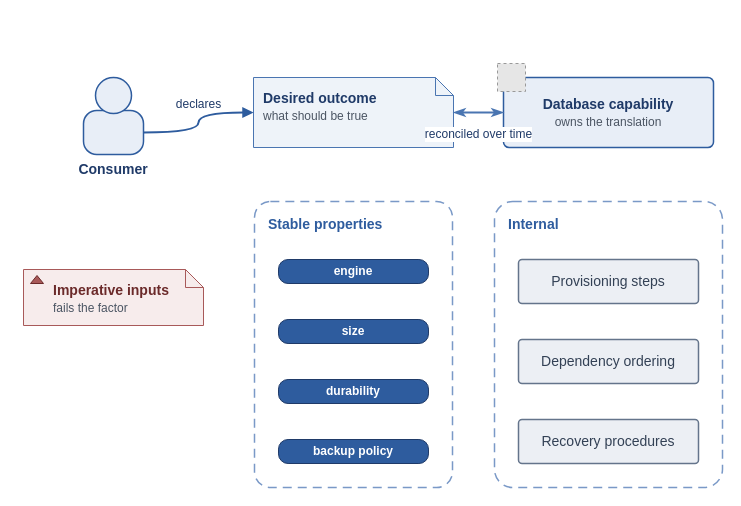
Above: diagrams/factor-2-declarative-inputs.drawio in missBerg/platform-capabilities (draw.io), before the change. Source tidied: cells renumbered, new cells numbered last; positions are measured from the earlier drawing's top-left corner, leaving out a move shared by most shapes. Both pictures are drawn from the tidied source at 100%, with x=0, y=0 at pixel (23, 63). Pictures stored in the file or linked from it are replaced by grey dashed boxes.
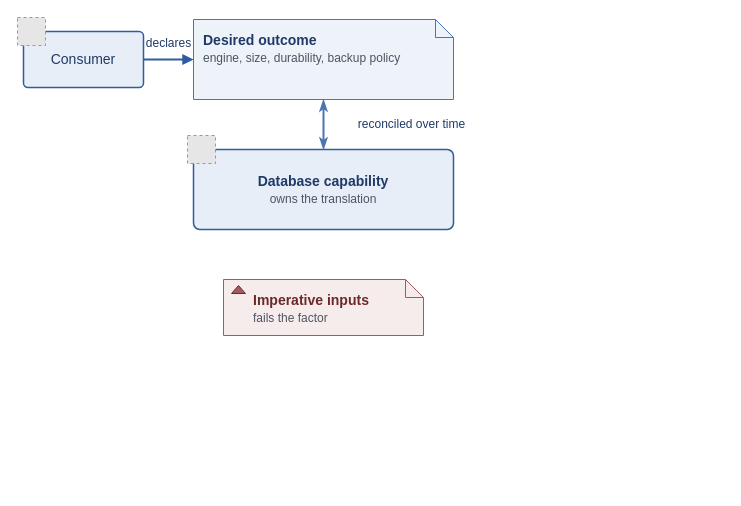
Above is the later version.

The edit, as a diff of the source:
```diff
@@
-    <mxCell id="2" value="&lt;b&gt;Stable properties&lt;/b&gt;" style="rounded=1;whiteSpace=wrap;html=1;arcSize=8;fillColor=none;strokeColor=#7A99C7;strokeWidth=1.5;fontColor=#2E5C9E;fontFamily=Helvetica;fontSize=14;align=left;verticalAlign=top;dashed=1;dashPattern=6 4;spacingLeft=12;spacingTop=8;shadow=0;" parent="1" vertex="1">
-      <mxGeometry x="231" y="138" width="198" height="286" as="geometry" />
-    </mxCell>
-    <mxCell id="3" value="&lt;b&gt;Internal&lt;/b&gt;" style="rounded=1;whiteSpace=wrap;html=1;arcSize=8;fillColor=none;strokeColor=#7A99C7;strokeWidth=1.5;fontColor=#2E5C9E;fontFamily=Helvetica;fontSize=14;align=left;verticalAlign=top;dashed=1;dashPattern=6 4;spacingLeft=12;spacingTop=8;shadow=0;" parent="1" vertex="1">
-      <mxGeometry x="471" y="138" width="228" height="286" as="geometry" />
-    </mxCell>
-    <mxCell id="4" value="&lt;b&gt;Consumer&lt;/b&gt;" style="rounded=1;whiteSpace=wrap;html=1;arcSize=30;fillColor=#E8EEF7;strokeColor=#2E5C9E;strokeWidth=1.5;fontColor=#1F3A68;fontFamily=Helvetica;fontSize=14;verticalLabelPosition=bottom;verticalAlign=top;labelPosition=center;align=center;shadow=0;" parent="1" vertex="1">
-      <mxGeometry x="60" y="47" width="60" height="44" as="geometry" />
+    <mxCell id="4" value="Consumer" style="rounded=1;whiteSpace=wrap;html=1;arcSize=8;fillColor=#E8EEF7;strokeColor=#2E5C9E;strokeWidth=1.5;fontColor=#1F3A68;fontFamily=Helvetica;fontSize=14;align=center;verticalAlign=middle;shadow=0;" parent="1" vertex="1">
+      <mxGeometry y="-32" width="120" height="56" as="geometry" />
     </mxCell>
-    <mxCell id="5" style="ellipse;whiteSpace=wrap;html=1;fillColor=#E8EEF7;strokeColor=#2E5C9E;strokeWidth=1.5;shadow=0;" parent="1" vertex="1">
-      <mxGeometry x="72" y="14" width="36" height="36" as="geometry" />
-    </mxCell>
-    <mxCell id="6" value="&lt;b&gt;Imperative inputs&lt;/b&gt;&lt;br&gt;&lt;font style=&quot;font-size: 12px&quot; color=&quot;#4B5563&quot;&gt;fails the factor&lt;/font&gt;" style="shape=note;whiteSpace=wrap;html=1;backgroundOutline=1;fillColor=#F7ECEC;strokeColor=#A85959;strokeWidth=1;fontColor=#6B2A2A;fontFamily=Helvetica;fontSize=14;align=left;verticalAlign=top;spacingLeft=28;spacingTop=6;spacingRight=8;shadow=0;size=18;" parent="1" vertex="1">
-      <mxGeometry y="206" width="180" height="56" as="geometry" />
-    </mxCell>
-    <mxCell id="7" style="shape=triangle;direction=north;fillColor=#A85959;strokeColor=#6B2A2A;html=1;shadow=0;" parent="1" vertex="1">
-      <mxGeometry x="7" y="212" width="13" height="8" as="geometry" />
-    </mxCell>
+    <mxCell id="20" style="fillColor=#E6E6E6;strokeColor=#999999;dashed=1;verticalLabelPosition=bottom;verticalAlign=top;align=center;fontFamily=Helvetica;fontSize=14;fontColor=#1F3A68;" parent="1" vertex="1">
+      <mxGeometry x="-6" y="-46" width="28" height="28" as="geometry" />
+    </mxCell>
-    <mxCell id="8" value="&lt;b&gt;Desired outcome&lt;/b&gt;&lt;br&gt;&lt;font style=&quot;font-size: 12px&quot; color=&quot;#4B5563&quot;&gt;what should be true&lt;/font&gt;" style="shape=note;whiteSpace=wrap;html=1;backgroundOutline=1;fillColor=#EEF3F9;strokeColor=#4A75B1;strokeWidth=1;fontColor=#1F3A68;fontFamily=Helvetica;fontSize=14;align=left;verticalAlign=top;spacingLeft=8;spacingTop=6;spacingRight=8;shadow=0;size=18;" parent="1" vertex="1">
-      <mxGeometry x="230" y="14" width="200" height="70" as="geometry" />
+    <mxCell id="8" value="&lt;b&gt;Desired outcome&lt;/b&gt;&lt;br&gt;&lt;font style=&quot;font-size: 12px&quot; color=&quot;#4B5563&quot;&gt;engine, size, durability, backup policy&lt;/font&gt;" style="shape=note;whiteSpace=wrap;html=1;backgroundOutline=1;fillColor=#EEF3F9;strokeColor=#4A75B1;strokeWidth=1;fontColor=#1F3A68;fontFamily=Helvetica;fontSize=14;align=left;verticalAlign=top;spacingLeft=8;spacingTop=6;spacingRight=8;shadow=0;size=18;" parent="1" vertex="1">
+      <mxGeometry x="170" y="-44" width="260" height="80" as="geometry" />
     </mxCell>
-    <mxCell id="9" value="engine" style="rounded=1;whiteSpace=wrap;html=1;arcSize=40;fillColor=#2E5C9E;strokeColor=#1F3A68;strokeWidth=1;fontColor=#FFFFFF;fontFamily=Helvetica;fontSize=12;fontStyle=1;align=center;verticalAlign=middle;shadow=0;" parent="1" vertex="1">
-      <mxGeometry x="255" y="196" width="150" height="24" as="geometry" />
-    </mxCell>
-    <mxCell id="10" value="size" style="rounded=1;whiteSpace=wrap;html=1;arcSize=40;fillColor=#2E5C9E;strokeColor=#1F3A68;strokeWidth=1;fontColor=#FFFFFF;fontFamily=Helvetica;fontSize=12;fontStyle=1;align=center;verticalAlign=middle;shadow=0;" parent="1" vertex="1">
-      <mxGeometry x="255" y="256" width="150" height="24" as="geometry" />
-    </mxCell>
-    <mxCell id="11" value="durability" style="rounded=1;whiteSpace=wrap;html=1;arcSize=40;fillColor=#2E5C9E;strokeColor=#1F3A68;strokeWidth=1;fontColor=#FFFFFF;fontFamily=Helvetica;fontSize=12;fontStyle=1;align=center;verticalAlign=middle;shadow=0;" parent="1" vertex="1">
-      <mxGeometry x="255" y="316" width="150" height="24" as="geometry" />
-    </mxCell>
-    <mxCell id="12" value="backup policy" style="rounded=1;whiteSpace=wrap;html=1;arcSize=40;fillColor=#2E5C9E;strokeColor=#1F3A68;strokeWidth=1;fontColor=#FFFFFF;fontFamily=Helvetica;fontSize=12;fontStyle=1;align=center;verticalAlign=middle;shadow=0;" parent="1" vertex="1">
-      <mxGeometry x="255" y="376" width="150" height="24" as="geometry" />
-    </mxCell>
     <mxCell id="13" value="&lt;b&gt;Database capability&lt;/b&gt;&lt;br&gt;&lt;font style=&quot;font-size: 12px&quot; color=&quot;#4B5563&quot;&gt;owns the translation&lt;/font&gt;" style="rounded=1;whiteSpace=wrap;html=1;arcSize=8;fillColor=#E8EEF7;strokeColor=#2E5C9E;strokeWidth=1.5;fontColor=#1F3A68;fontFamily=Helvetica;fontSize=14;align=center;verticalAlign=middle;shadow=0;" parent="1" vertex="1">
-      <mxGeometry x="480" y="14" width="210" height="70" as="geometry" />
+      <mxGeometry x="170" y="86" width="260" height="80" as="geometry" />
     </mxCell>
     <mxCell id="14" style="fillColor=#E6E6E6;strokeColor=#999999;dashed=1;verticalLabelPosition=bottom;verticalAlign=top;align=center;fontFamily=Helvetica;fontSize=14;fontColor=#1F3A68;" parent="1" vertex="1">
-      <mxGeometry x="474" width="28" height="28" as="geometry" />
+      <mxGeometry x="164" y="72" width="28" height="28" as="geometry" />
     </mxCell>
-    <mxCell id="15" value="Provisioning steps" style="rounded=1;whiteSpace=wrap;html=1;arcSize=8;fillColor=#ECEFF4;strokeColor=#64748B;strokeWidth=1.5;fontColor=#334155;fontFamily=Helvetica;fontSize=14;align=center;verticalAlign=middle;shadow=0;" parent="1" vertex="1">
-      <mxGeometry x="495" y="196" width="180" height="44" as="geometry" />
-    </mxCell>
-    <mxCell id="16" value="Dependency ordering" style="rounded=1;whiteSpace=wrap;html=1;arcSize=8;fillColor=#ECEFF4;strokeColor=#64748B;strokeWidth=1.5;fontColor=#334155;fontFamily=Helvetica;fontSize=14;align=center;verticalAlign=middle;shadow=0;" parent="1" vertex="1">
-      <mxGeometry x="495" y="276" width="180" height="44" as="geometry" />
-    </mxCell>
-    <mxCell id="17" value="Recovery procedures" style="rounded=1;whiteSpace=wrap;html=1;arcSize=8;fillColor=#ECEFF4;strokeColor=#64748B;strokeWidth=1.5;fontColor=#334155;fontFamily=Helvetica;fontSize=14;align=center;verticalAlign=middle;shadow=0;" parent="1" vertex="1">
-      <mxGeometry x="495" y="356" width="180" height="44" as="geometry" />
-    </mxCell>
+    <mxCell id="6" value="&lt;b&gt;Imperative inputs&lt;/b&gt;&lt;br&gt;&lt;font style=&quot;font-size: 12px&quot; color=&quot;#4B5563&quot;&gt;fails the factor&lt;/font&gt;" style="shape=note;whiteSpace=wrap;html=1;backgroundOutline=1;fillColor=#F7ECEC;strokeColor=#A85959;strokeWidth=1;fontColor=#6B2A2A;fontFamily=Helvetica;fontSize=14;align=left;verticalAlign=top;spacingLeft=28;spacingTop=6;spacingRight=8;shadow=0;size=18;" parent="1" vertex="1">
+      <mxGeometry x="200" y="216" width="200" height="56" as="geometry" />
+    </mxCell>
+    <mxCell id="21" style="shape=triangle;direction=north;fillColor=#A85959;strokeColor=#6B2A2A;html=1;shadow=0;" parent="1" vertex="1">
+      <mxGeometry x="208" y="222" width="14" height="8" as="geometry" />
+    </mxCell>
-    <mxCell id="18" value="declares" style="edgeStyle=orthogonalEdgeStyle;endArrow=block;html=1;rounded=0;strokeColor=#2E5C9E;strokeWidth=2;fontColor=#1F3A68;fontFamily=Helvetica;fontSize=12;endFill=1;curved=1;exitX=1;exitY=0.5;exitDx=0;exitDy=0;entryX=0;entryY=0.5;entryDx=0;entryDy=0;" parent="1" edge="1" source="4" target="8">
+    <mxCell id="18" value="declares" style="edgeStyle=orthogonalEdgeStyle;endArrow=block;html=1;rounded=0;strokeColor=#2E5C9E;strokeWidth=2;fontColor=#1F3A68;fontFamily=Helvetica;fontSize=12;endFill=1;curved=1;" parent="1" edge="1" source="4" target="8">
       <mxGeometry relative="1" as="geometry">
-        <mxPoint y="-18" as="offset" />
+        <mxPoint y="-16" as="offset" />
       </mxGeometry>
     </mxCell>
-    <mxCell id="19" value="reconciled over time" style="edgeStyle=orthogonalEdgeStyle;endArrow=classicThin;startArrow=classicThin;html=1;rounded=0;strokeColor=#4A75B1;strokeWidth=2;fontColor=#1F3A68;fontFamily=Helvetica;fontSize=12;curved=1;exitX=1;exitY=0.5;exitDx=0;exitDy=0;entryX=0;entryY=0.5;entryDx=0;entryDy=0;" parent="1" edge="1" source="8" target="13">
+    <mxCell id="19" value="reconciled over time" style="edgeStyle=orthogonalEdgeStyle;endArrow=classicThin;startArrow=classicThin;html=1;rounded=0;strokeColor=#4A75B1;strokeWidth=2;fontColor=#1F3A68;fontFamily=Helvetica;fontSize=12;curved=1;exitX=0.5;exitY=1;exitDx=0;exitDy=0;entryX=0.5;entryY=0;entryDx=0;entryDy=0;" parent="1" edge="1" source="8" target="13">
       <mxGeometry relative="1" as="geometry">
-        <mxPoint y="22" as="offset" />
+        <mxPoint x="88" as="offset" />
       </mxGeometry>
     </mxCell>
```
